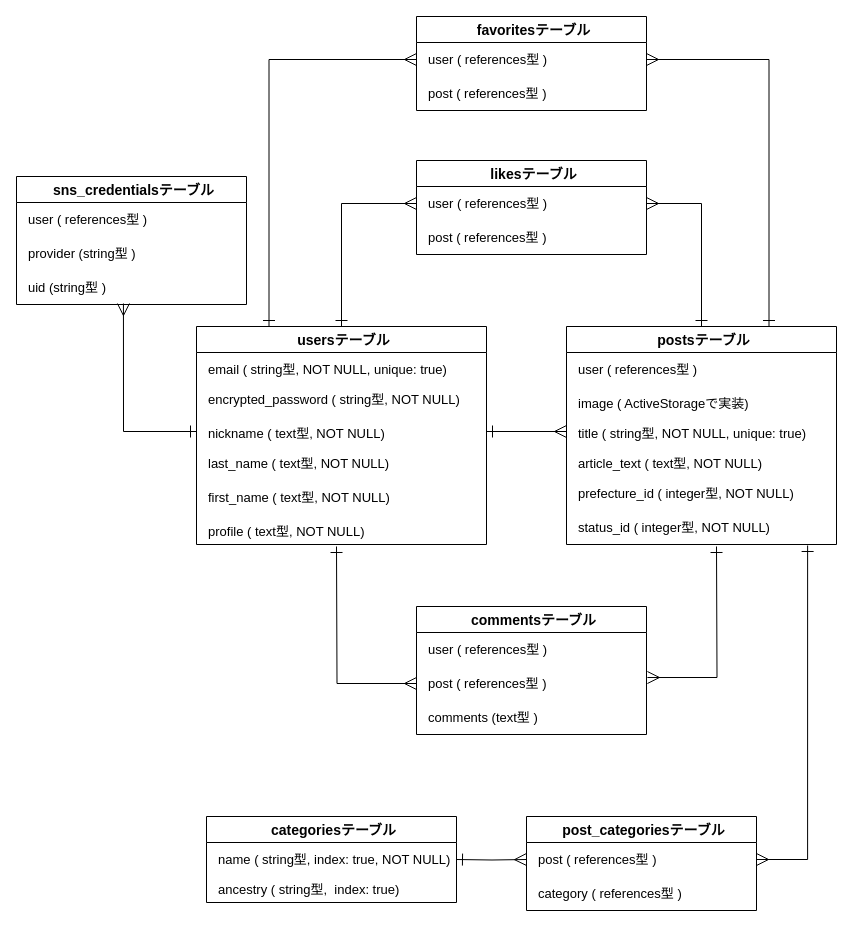
shiorifujimoto/camp_app keeps this draw.io diagram as app/views/index.dio. Above is the earlier version. Source tidied: cells renumbered, new cells numbered last; positions are measured from the earlier drawing's top-left corner, leaving out a move shared by most shapes. Both pictures are drawn from the tidied source at 100%, with x=0, y=0 at pixel (16, 16).
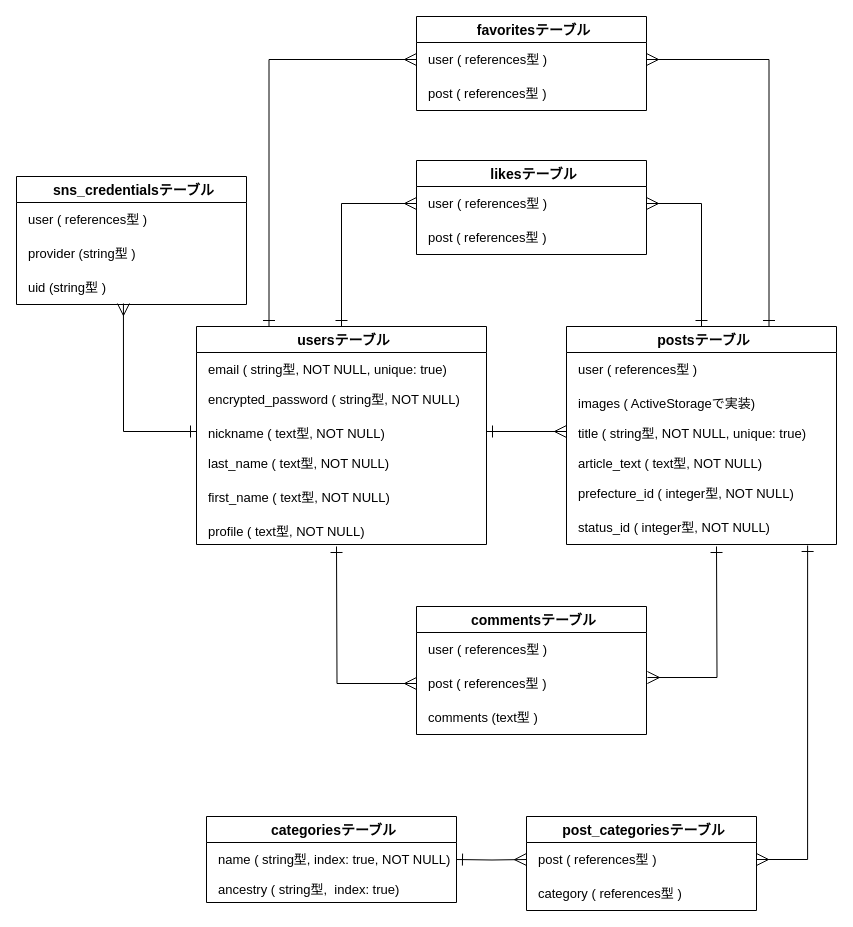
The same diagram, later.

Unchanged cells that the change refers to:
```xml
<mxCell id="21" value="postsテーブル" style="swimlane;fontStyle=1;horizontal=1;startSize=26;align=center;fontSize=14;spacing=15;spacingTop=0;spacingBottom=0;spacingRight=2;spacingLeft=7;" parent="1" vertex="1">
  <mxGeometry x="550" y="310" width="270" height="218" as="geometry" />
</mxCell>
```

What changed in the source:
```diff
@@
-    <mxCell id="23" value="image ( ActiveStorageで実装)" style="text;strokeColor=none;fillColor=none;spacingLeft=7;spacingRight=2;overflow=hidden;fontSize=13;spacing=5;" parent="21" vertex="1">
+    <mxCell id="23" value="images ( ActiveStorageで実装)" style="text;strokeColor=none;fillColor=none;spacingLeft=7;spacingRight=2;overflow=hidden;fontSize=13;spacing=5;" parent="21" vertex="1">
       <mxGeometry y="60" width="270" height="30" as="geometry" />
     </mxCell>
```
